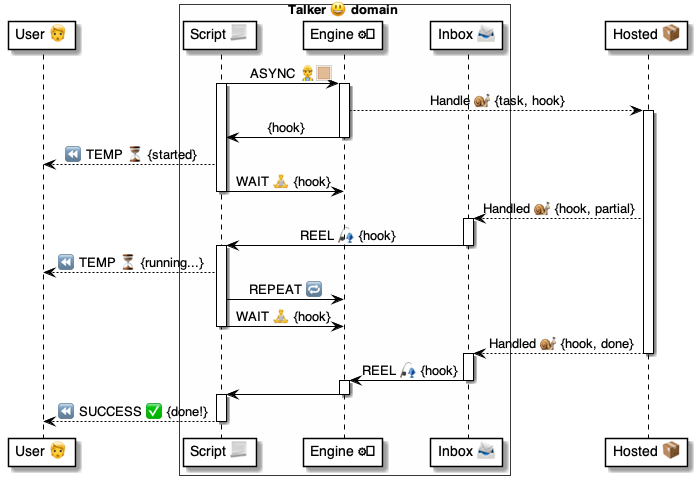
Before: 4 ⚙️ Solution/35 💬 Chats/Talkers 😃/😃⏩ Talker flows/Run Async Tasks 😃⏩📦/😃 Async ⚙️ uml.png, a diagram exported from PlantUML (pollyweb-org/pollyweb-docs). Its source is kept beside it as 4 ⚙️ Solution/35 💬 Chats/Talkers 😃/😃⏩ Talker flows/Run Async Tasks 😃⏩📦/😃 Async ⚙️ uml.puml.
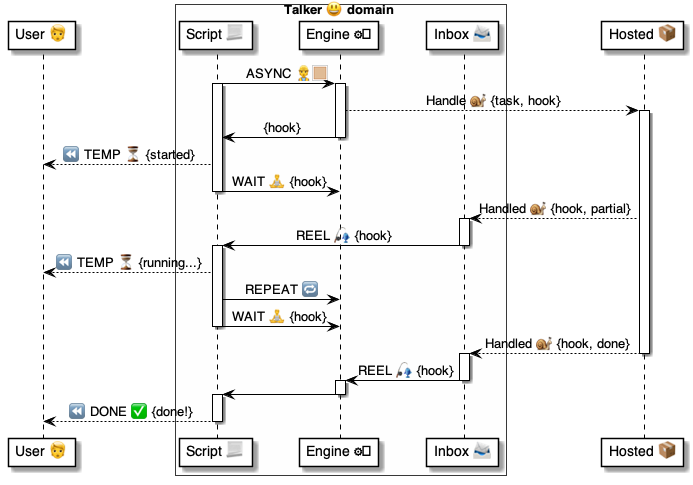
The same file after the commit.

Change to the diagram source:
```diff
@@ -45,7 +45,7 @@
 deactivate engine
 
 activate script
-    script --> user: ⏪ SUCCESS ✅ {done!}
+    script --> user: ⏪ DONE ✅ {done!}
 deactivate script
 
 @enduml
```
